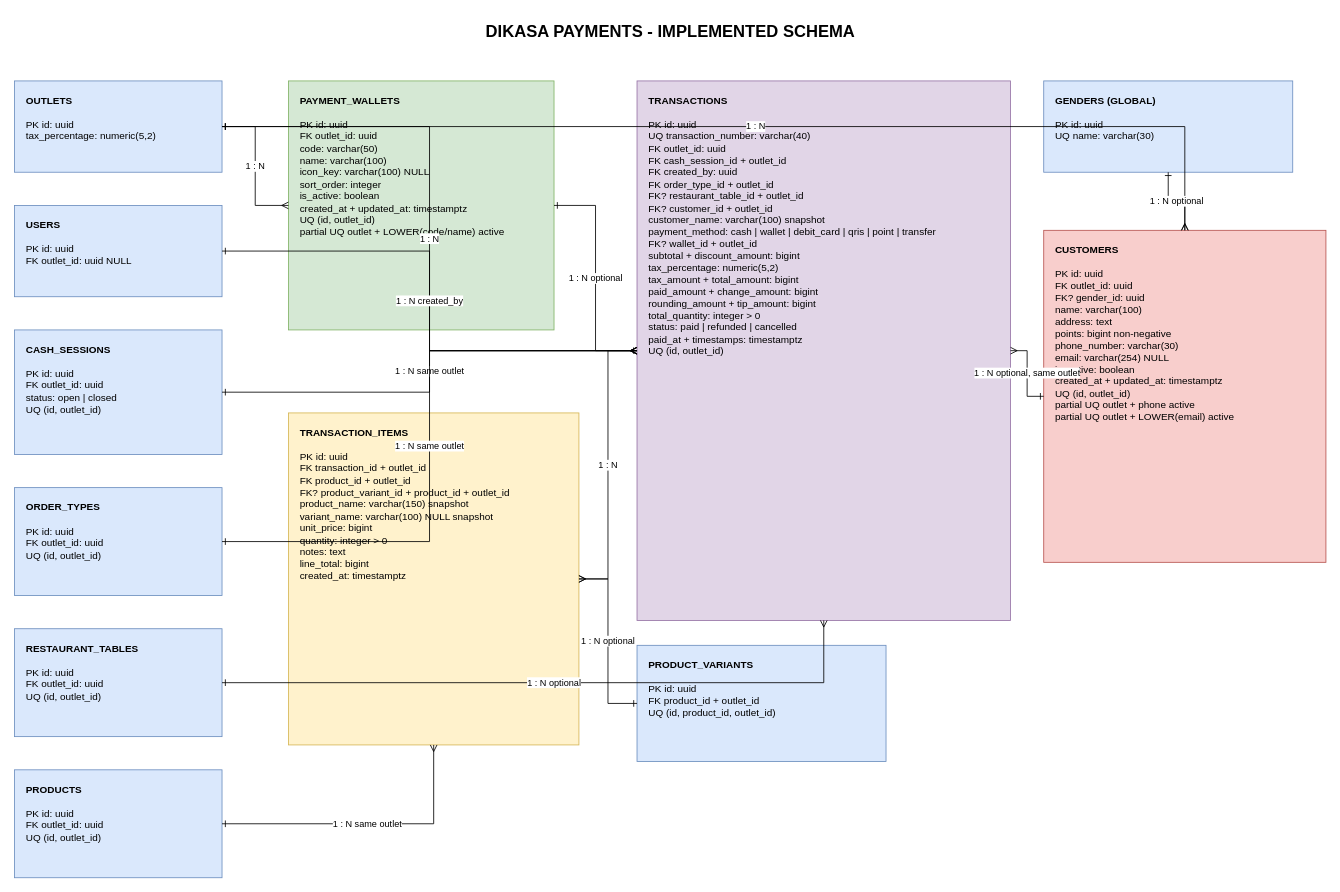
Earlier version of the draw.io diagram page "Payments" (4 of 10) of docs/architecture/DIKASA.drawio (DIKASA-COMPANY/be-dikasa). Source tidied: cells renumbered, new cells numbered last; positions are measured from the earlier drawing's top-left corner, leaving out a move shared by most shapes. Both pictures are drawn from the tidied source at 83%, with x=0, y=0 at pixel (14, 14).
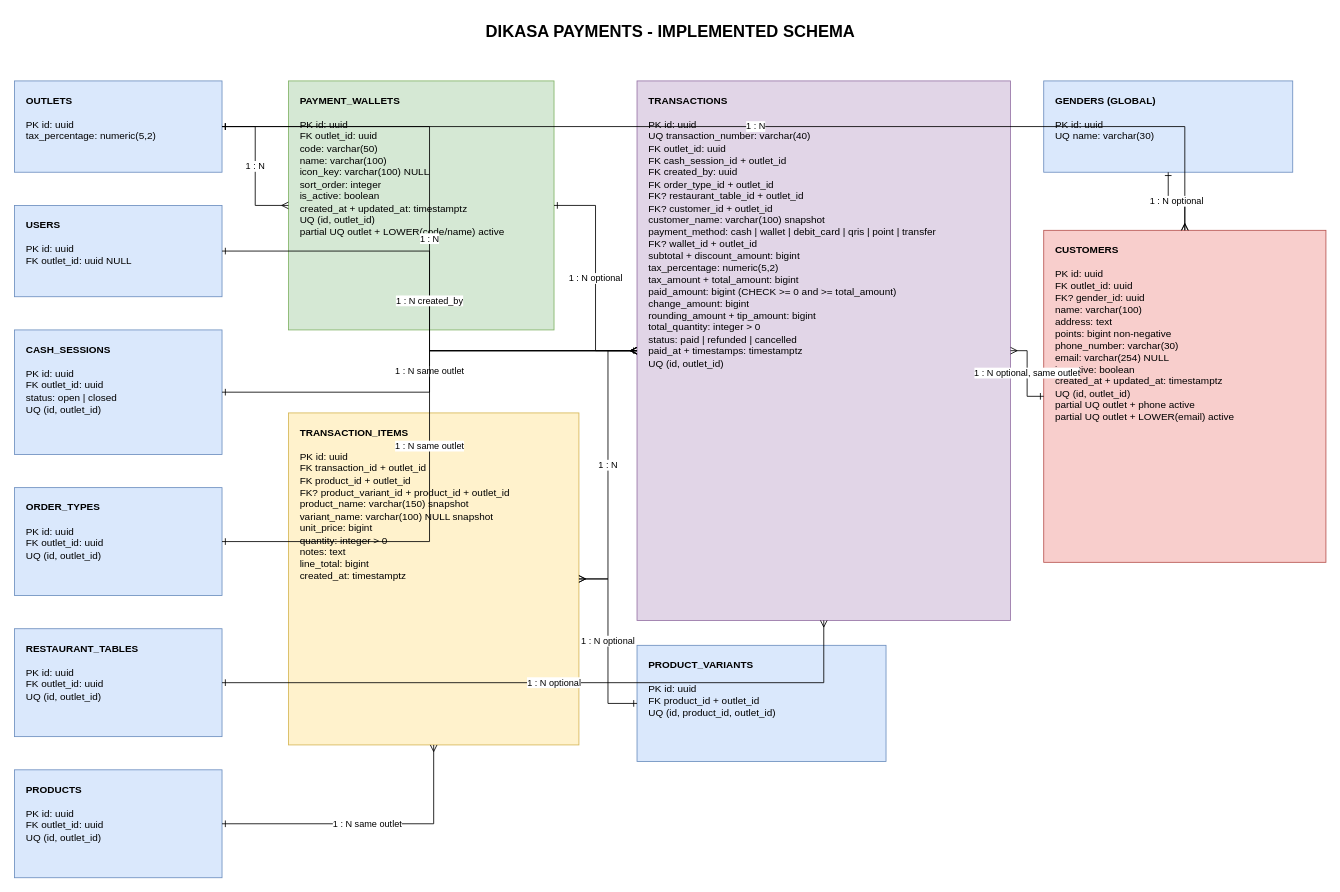
The same diagram, later.

The edit, as a diff of the source:
```diff
@@
-    <mxCell id="11" value="&lt;b&gt;TRANSACTIONS&lt;/b&gt;&lt;br&gt;&lt;br&gt;PK id: uuid&lt;br&gt;UQ transaction_number: varchar(40)&lt;br&gt;FK outlet_id: uuid&lt;br&gt;FK cash_session_id + outlet_id&lt;br&gt;FK created_by: uuid&lt;br&gt;FK order_type_id + outlet_id&lt;br&gt;FK? restaurant_table_id + outlet_id&lt;br&gt;FK? customer_id + outlet_id&lt;br&gt;customer_name: varchar(100) snapshot&lt;br&gt;payment_method: cash | wallet | debit_card | qris | point | transfer&lt;br&gt;FK? wallet_id + outlet_id&lt;br&gt;subtotal + discount_amount: bigint&lt;br&gt;tax_percentage: numeric(5,2)&lt;br&gt;tax_amount + total_amount: bigint&lt;br&gt;paid_amount + change_amount: bigint&lt;br&gt;rounding_amount + tip_amount: bigint&lt;br&gt;total_quantity: integer &amp;gt; 0&lt;br&gt;status: paid | refunded | cancelled&lt;br&gt;paid_at + timestamps: timestamptz&lt;br&gt;UQ (id, outlet_id)" style="rounded=0;whiteSpace=wrap;html=1;align=left;verticalAlign=top;spacingLeft=12;spacingTop=10;fillColor=#e1d5e7;strokeColor=#9673a6;" parent="1" vertex="1">
+    <mxCell id="11" value="&lt;b&gt;TRANSACTIONS&lt;/b&gt;&lt;br&gt;&lt;br&gt;PK id: uuid&lt;br&gt;UQ transaction_number: varchar(40)&lt;br&gt;FK outlet_id: uuid&lt;br&gt;FK cash_session_id + outlet_id&lt;br&gt;FK created_by: uuid&lt;br&gt;FK order_type_id + outlet_id&lt;br&gt;FK? restaurant_table_id + outlet_id&lt;br&gt;FK? customer_id + outlet_id&lt;br&gt;customer_name: varchar(100) snapshot&lt;br&gt;payment_method: cash | wallet | debit_card | qris | point | transfer&lt;br&gt;FK? wallet_id + outlet_id&lt;br&gt;subtotal + discount_amount: bigint&lt;br&gt;tax_percentage: numeric(5,2)&lt;br&gt;tax_amount + total_amount: bigint&lt;br&gt;paid_amount: bigint (CHECK &amp;gt;= 0 and &amp;gt;= total_amount)&lt;br&gt;change_amount: bigint&lt;br&gt;rounding_amount + tip_amount: bigint&lt;br&gt;total_quantity: integer &amp;gt; 0&lt;br&gt;status: paid | refunded | cancelled&lt;br&gt;paid_at + timestamps: timestamptz&lt;br&gt;UQ (id, outlet_id)" style="rounded=0;whiteSpace=wrap;html=1;align=left;verticalAlign=top;spacingLeft=12;spacingTop=10;fillColor=#e1d5e7;strokeColor=#9673a6;" parent="1" vertex="1">
       <mxGeometry x="750" y="80" width="450" height="650" as="geometry" />
     </mxCell>
```
